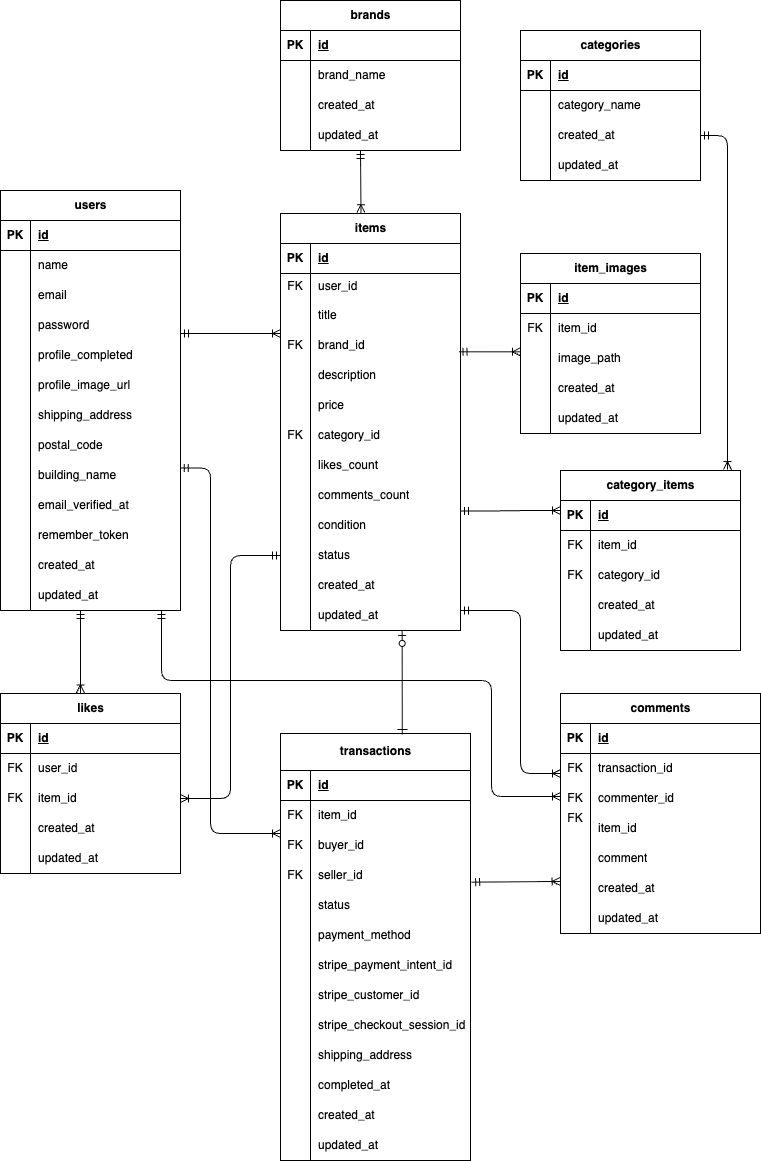
Above: er.drawio.png in S185900/flea-market-app (draw.io), before the change. Source tidied: cells renumbered, new cells last; positions are measured from the earlier drawing's top-left corner, leaving out a move shared by most shapes.
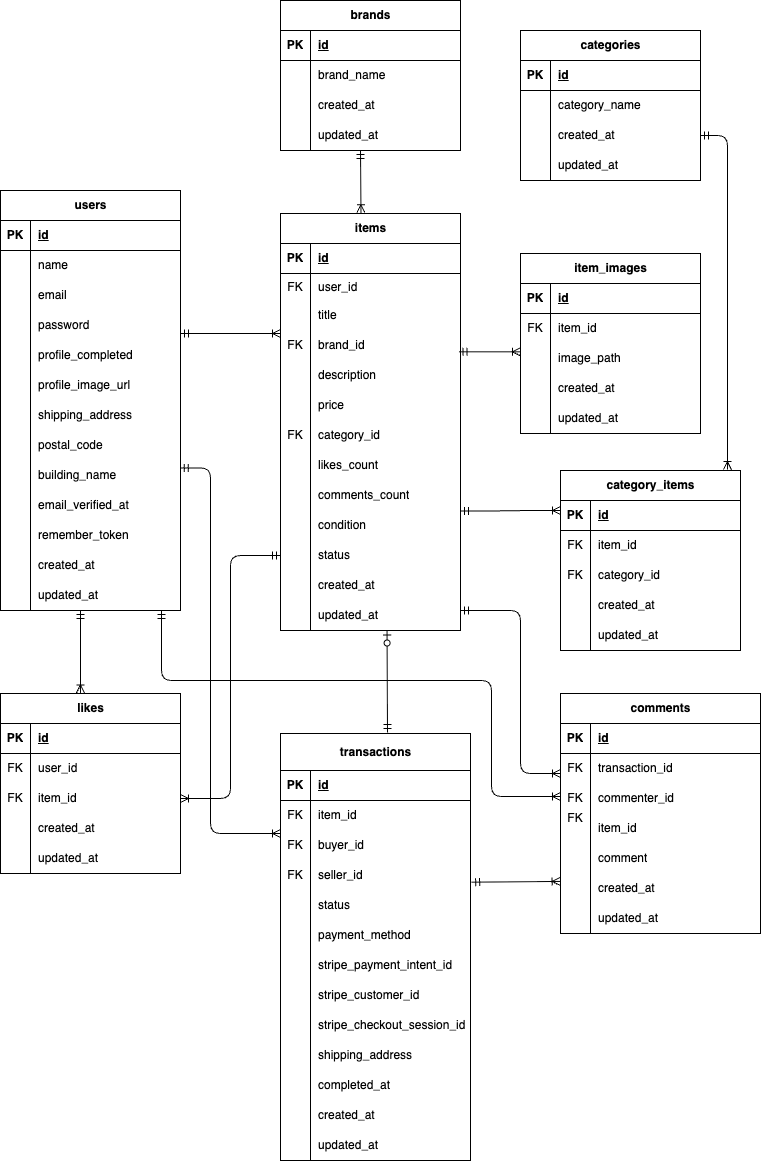
The same file after the commit.

Commit message:
READMEに基本設計書とテーブル仕様書を追加

What changed in the source:
```diff
@@ -721,14 +721,10 @@
     <mxCell id="230" style="fontSize=12;html=1;endArrow=ERoneToMany;startArrow=ERmandOne;exitX=1.006;exitY=0.723;exitDx=0;exitDy=0;exitPerimeter=0;entryX=-0.002;entryY=0.264;entryDx=0;entryDy=0;entryPerimeter=0;" parent="1" edge="1" source="105" target="167">
       <mxGeometry relative="1" as="geometry" />
     </mxCell>
-    <mxCell id="231" style="fontSize=12;html=1;endArrow=ERzeroToOne;endFill=1;entryX=0.676;entryY=1.031;entryDx=0;entryDy=0;entryPerimeter=0;exitX=0.641;exitY=0.002;exitDx=0;exitDy=0;exitPerimeter=0;" parent="1" edge="1" source="95" target="79">
-      <mxGeometry relative="1" as="geometry" />
-    </mxCell>
-    <mxCell id="232" style="endArrow=none;html=1;rounded=0;" parent="1" edge="1">
-      <mxGeometry relative="1" as="geometry">
-        <mxPoint x="397" y="729" as="sourcePoint" />
-        <mxPoint x="407" y="729" as="targetPoint" />
-      </mxGeometry>
-    </mxCell>
+    <mxCell id="233" style="fontSize=12;html=1;endArrow=ERzeroToOne;startArrow=ERmandOne;entryX=0.592;entryY=1.017;entryDx=0;entryDy=0;entryPerimeter=0;" parent="1" edge="1" target="79">
+      <mxGeometry relative="1" as="geometry">
+        <mxPoint x="387" y="732" as="sourcePoint" />
+      </mxGeometry>
+    </mxCell>
   </root>
 </mxGraphModel>
```
